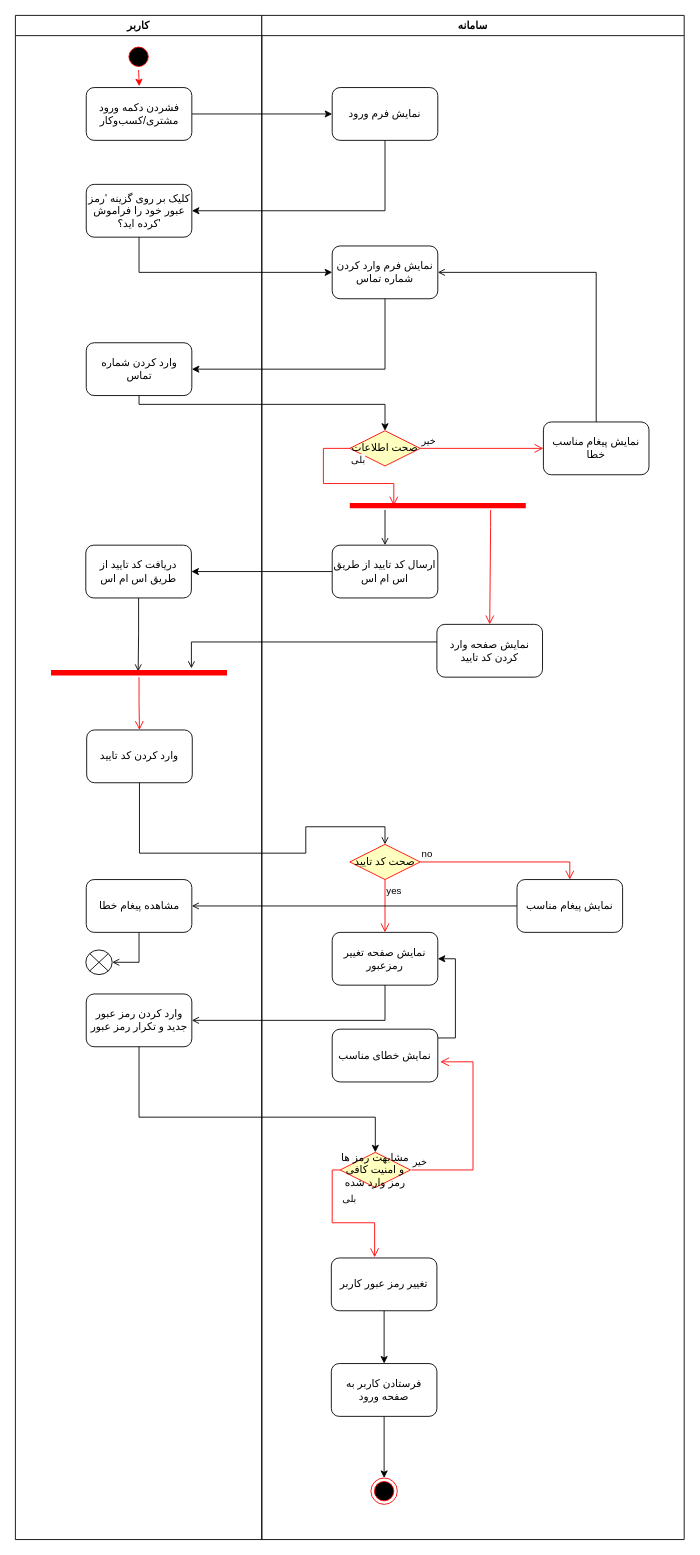
4Tech-IUT/Activity-Diagrams keeps this draw.io diagram as page "فراموشی رمز عبور" (2 of 5) of NavidNasiri_ActivityDiagram.drawio. Above is the earlier version. Source tidied: cells renumbered, new cells numbered last; positions are measured from the earlier drawing's top-left corner, leaving out a move shared by most shapes. Both pictures are drawn from the tidied source at 88%, with x=0, y=0 at pixel (15, 15).
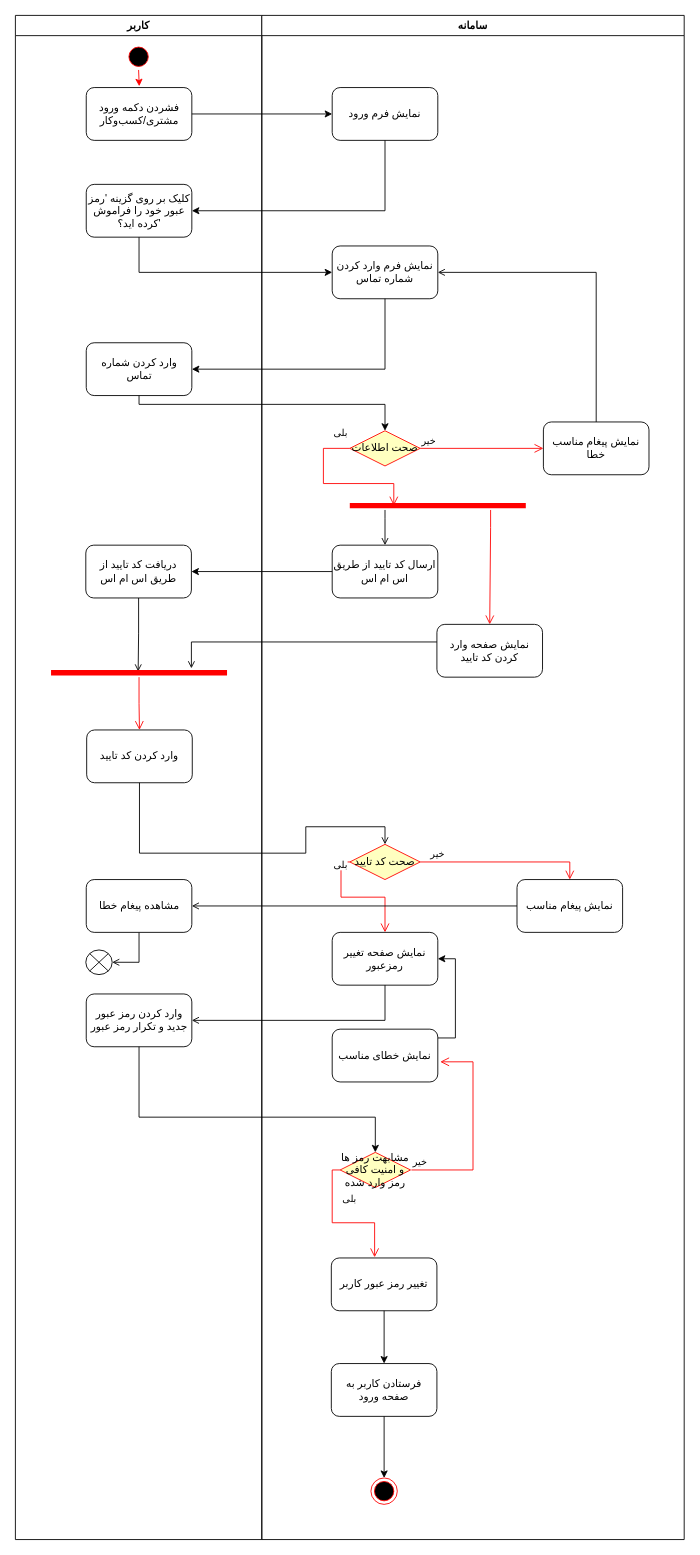
After the change.

The change refers to these unchanged cells:
```xml
<mxCell id="17" value="سامانه" style="swimlane;whiteSpace=wrap;" parent="1" vertex="1">
  <mxGeometry x="280" width="480" height="1732" as="geometry" />
</mxCell>
<mxCell id="20" value="صحت اطلاعات" style="rhombus;whiteSpace=wrap;html=1;fillColor=#ffffc0;strokeColor=#ff0000;" parent="17" vertex="1">
  <mxGeometry x="100" y="472" width="80" height="40" as="geometry" />
</mxCell>
<mxCell id="25" value="نمایش صفحه تغییر رمزعبور" style="rounded=1;whiteSpace=wrap;html=1;" parent="17" vertex="1">
  <mxGeometry x="80" y="1042" width="120" height="60" as="geometry" />
</mxCell>
<mxCell id="36" style="shape=line;html=1;strokeWidth=6;strokeColor=#ff0000;" parent="17" vertex="1">
  <mxGeometry x="100" y="552" width="200" height="10" as="geometry" />
</mxCell>
<mxCell id="39" value="صحت کد تایید" style="rhombus;whiteSpace=wrap;html=1;fillColor=#ffffc0;strokeColor=#ff0000;" parent="17" vertex="1">
  <mxGeometry x="100" y="942" width="80" height="40" as="geometry" />
</mxCell>
<mxCell id="42" value="نمایش پیغام مناسب" style="rounded=1;whiteSpace=wrap;html=1;" parent="17" vertex="1">
  <mxGeometry x="290" y="982" width="120" height="60" as="geometry" />
</mxCell>
```

The edit, as a diff of the source:
```diff
@@
     <mxCell id="22" value="بلی" style="edgeStyle=orthogonalEdgeStyle;html=1;align=left;verticalAlign=top;endArrow=open;endSize=8;strokeColor=#ff0000;rounded=0;entryX=0.25;entryY=0.5;entryDx=0;entryDy=0;entryPerimeter=0;" parent="17" edge="1" source="20" target="36">
-      <mxGeometry x="-1" relative="1" as="geometry">
+      <mxGeometry x="-0.77" y="-30" relative="1" as="geometry">
         <Array as="points">
           <mxPoint x="70" y="492" />
           <mxPoint x="70" y="532" />
           <mxPoint x="150" y="532" />
         </Array>
       </mxGeometry>
     </mxCell>
@@
-    <mxCell id="40" value="no" style="edgeStyle=orthogonalEdgeStyle;html=1;align=left;verticalAlign=bottom;endArrow=open;endSize=8;strokeColor=#ff0000;rounded=0;entryX=0.5;entryY=0;entryDx=0;entryDy=0;" parent="17" edge="1" source="39" target="42">
-      <mxGeometry x="-1" relative="1" as="geometry">
+    <mxCell id="40" value="خیر" style="edgeStyle=orthogonalEdgeStyle;html=1;align=left;verticalAlign=bottom;endArrow=open;endSize=8;strokeColor=#ff0000;rounded=0;entryX=0.5;entryY=0;entryDx=0;entryDy=0;" parent="17" edge="1" source="39" target="42">
+      <mxGeometry x="-0.89" relative="1" as="geometry">
         <Array as="points">
           <mxPoint x="350" y="962" />
         </Array>
       </mxGeometry>
     </mxCell>
-    <mxCell id="41" value="yes" style="edgeStyle=orthogonalEdgeStyle;html=1;align=left;verticalAlign=top;endArrow=open;endSize=8;strokeColor=#ff0000;rounded=0;" parent="17" edge="1" source="39" target="25">
-      <mxGeometry x="-1" relative="1" as="geometry" />
+    <mxCell id="41" value="بلی" style="edgeStyle=orthogonalEdgeStyle;html=1;align=left;verticalAlign=top;endArrow=open;endSize=8;strokeColor=#ff0000;rounded=0;exitX=0;exitY=0.5;exitDx=0;exitDy=0;" parent="17" edge="1" source="39" target="25">
+      <mxGeometry x="-0.86" y="-14" relative="1" as="geometry">
+        <Array as="points">
+          <mxPoint x="90" y="962" />
+          <mxPoint x="90" y="1002" />
+          <mxPoint x="140" y="1002" />
+        </Array>
+        <mxPoint x="4" y="-10" as="offset" />
+      </mxGeometry>
     </mxCell>
```
